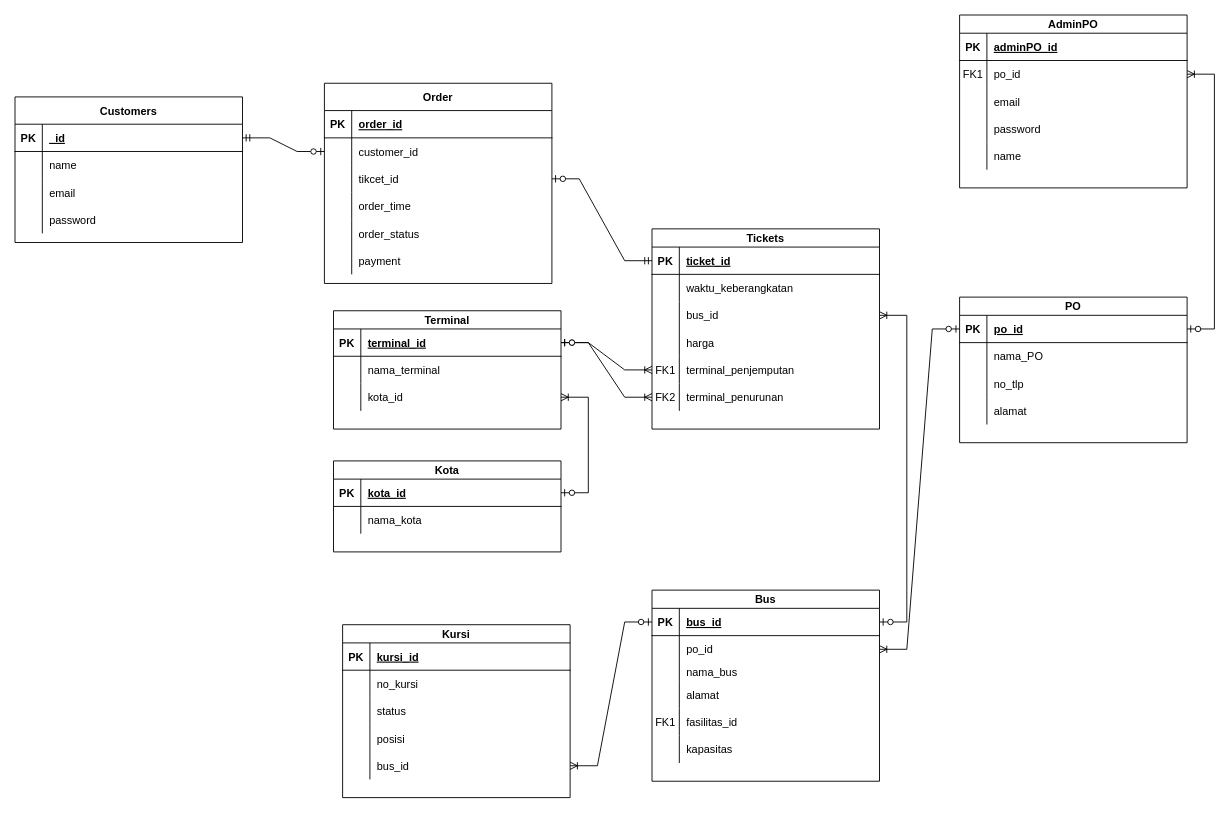
cuikww/Obis_project keeps this draw.io diagram as ERD.drawio. Above is the earlier version. Source tidied: cells renumbered, new cells numbered last; positions are measured from the earlier drawing's top-left corner, leaving out a move shared by most shapes. Both pictures are drawn from the tidied source at 91%, with x=0, y=0 at pixel (15, 15).
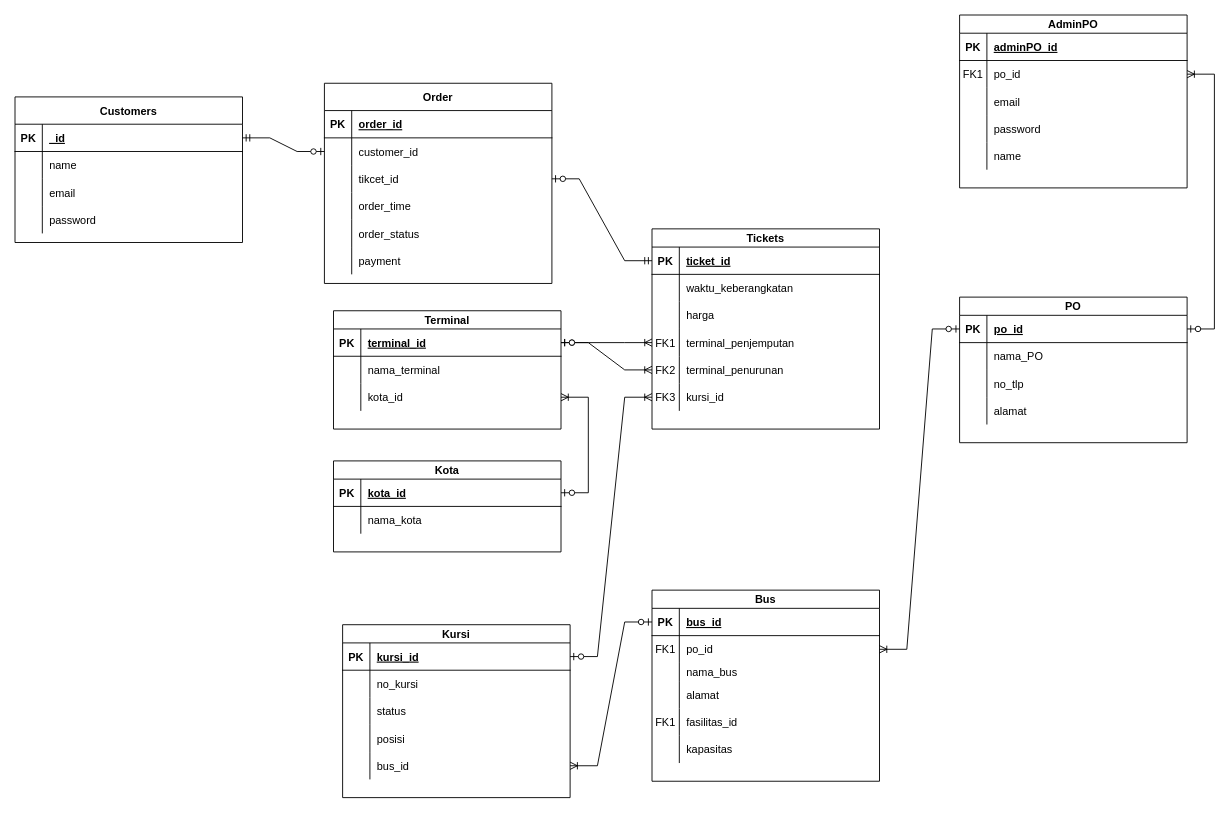
The same page after the edit.

The change refers to these unchanged cells:
```xml
<mxCell id="46" style="shape=partialRectangle;fillColor=none;points=[[0,0.5],[1,0.5]];portConstraint=eastwest;top=0;left=0;right=0;bottom=1;" parent="45" vertex="1">
  <mxGeometry y="20" width="250" height="30" as="geometry" />
</mxCell>
<mxCell id="49" style="shape=partialRectangle;fillColor=none;points=[[0,0.5],[1,0.5]];portConstraint=eastwest;top=0;left=0;right=0;bottom=0;" parent="45" vertex="1">
  <mxGeometry y="50" width="250" height="30" as="geometry" />
</mxCell>
<mxCell id="65" style="shape=partialRectangle;fillColor=none;points=[[0,0.5],[1,0.5]];portConstraint=eastwest;top=0;left=0;right=0;bottom=1;" parent="64" vertex="1">
  <mxGeometry y="20" width="250" height="30" as="geometry" />
</mxCell>
<mxCell id="89" value="Tickets" style="shape=table;startSize=20;childLayout=tableLayout;rowLines=0;fontStyle=1;align=center;" parent="1" vertex="1">
  <mxGeometry x="700" y="235" width="250" height="220" as="geometry" />
</mxCell>
```

The edit, as a diff of the source:
```diff
@@
-    <mxCell id="50" style="shape=partialRectangle;overflow=hidden;fillColor=none;top=0;left=0;bottom=0;right=0;" parent="49" vertex="1">
+    <mxCell id="50" value="FK1" style="shape=partialRectangle;overflow=hidden;fillColor=none;top=0;left=0;bottom=0;right=0;" parent="49" vertex="1">
       <mxGeometry width="30" height="30" as="geometry" />
     </mxCell>
@@
-    <mxCell id="96" style="shape=partialRectangle;fillColor=none;points=[[0,0.5],[1,0.5]];portConstraint=eastwest;top=0;left=0;right=0;bottom=0;" parent="89" vertex="1">
-      <mxGeometry y="80" width="250" height="30" as="geometry" />
-    </mxCell>
-    <mxCell id="97" style="shape=partialRectangle;overflow=hidden;fillColor=none;top=0;left=0;bottom=0;right=0;" parent="96" vertex="1">
-      <mxGeometry width="30" height="30" as="geometry" />
-    </mxCell>
-    <mxCell id="98" value="bus_id" style="shape=partialRectangle;overflow=hidden;fillColor=none;top=0;left=0;bottom=0;right=0;align=left;spacingLeft=6;" parent="96" vertex="1">
-      <mxGeometry x="30" width="220" height="30" as="geometry" />
-    </mxCell>
     <mxCell id="99" style="shape=partialRectangle;fillColor=none;top=0;left=0;right=0;bottom=0;" parent="89" vertex="1">
-      <mxGeometry y="110" width="250" height="30" as="geometry" />
+      <mxGeometry y="80" width="250" height="30" as="geometry" />
     </mxCell>
@@
     <mxCell id="102" style="shape=partialRectangle;fillColor=none;points=[[0,0.5],[1,0.5]];portConstraint=eastwest;top=0;left=0;right=0;bottom=0;" parent="89" vertex="1">
-      <mxGeometry y="140" width="250" height="30" as="geometry" />
+      <mxGeometry y="110" width="250" height="30" as="geometry" />
     </mxCell>
@@
     <mxCell id="105" style="shape=partialRectangle;fillColor=none;points=[[0,0.5],[1,0.5]];portConstraint=eastwest;top=0;left=0;right=0;bottom=0;" parent="89" vertex="1">
-      <mxGeometry y="170" width="250" height="30" as="geometry" />
+      <mxGeometry y="140" width="250" height="30" as="geometry" />
     </mxCell>
@@
-    <mxCell id="108" style="edgeStyle=entityRelationEdgeStyle;fontSize=12;html=1;endArrow=ERoneToMany;startArrow=ERzeroToOne;rounded=0;exitX=1;exitY=0.5;exitDx=0;exitDy=0;entryX=1;entryY=0.5;entryDx=0;entryDy=0;" parent="1" edge="1" source="46" target="96">
-      <mxGeometry relative="1" as="geometry" />
-    </mxCell>
+    <mxCell id="143" style="shape=partialRectangle;fillColor=none;points=[[0,0.5],[1,0.5]];portConstraint=eastwest;top=0;left=0;right=0;bottom=0;" parent="89" vertex="1">
+      <mxGeometry y="170" width="250" height="30" as="geometry" />
+    </mxCell>
+    <mxCell id="144" value="FK3" style="shape=partialRectangle;overflow=hidden;fillColor=none;top=0;left=0;bottom=0;right=0;" parent="143" vertex="1">
+      <mxGeometry width="30" height="30" as="geometry" />
+    </mxCell>
+    <mxCell id="145" value="kursi_id" style="shape=partialRectangle;overflow=hidden;fillColor=none;top=0;left=0;bottom=0;right=0;align=left;spacingLeft=6;" parent="143" vertex="1">
+      <mxGeometry x="30" width="220" height="30" as="geometry" />
+    </mxCell>
@@
+    <mxCell id="146" style="edgeStyle=entityRelationEdgeStyle;fontSize=12;html=1;endArrow=ERoneToMany;startArrow=ERzeroToOne;rounded=0;exitX=1;exitY=0.5;exitDx=0;exitDy=0;entryX=0;entryY=0.5;entryDx=0;entryDy=0;" parent="1" edge="1" source="65" target="143">
+      <mxGeometry relative="1" as="geometry" />
+    </mxCell>
```
